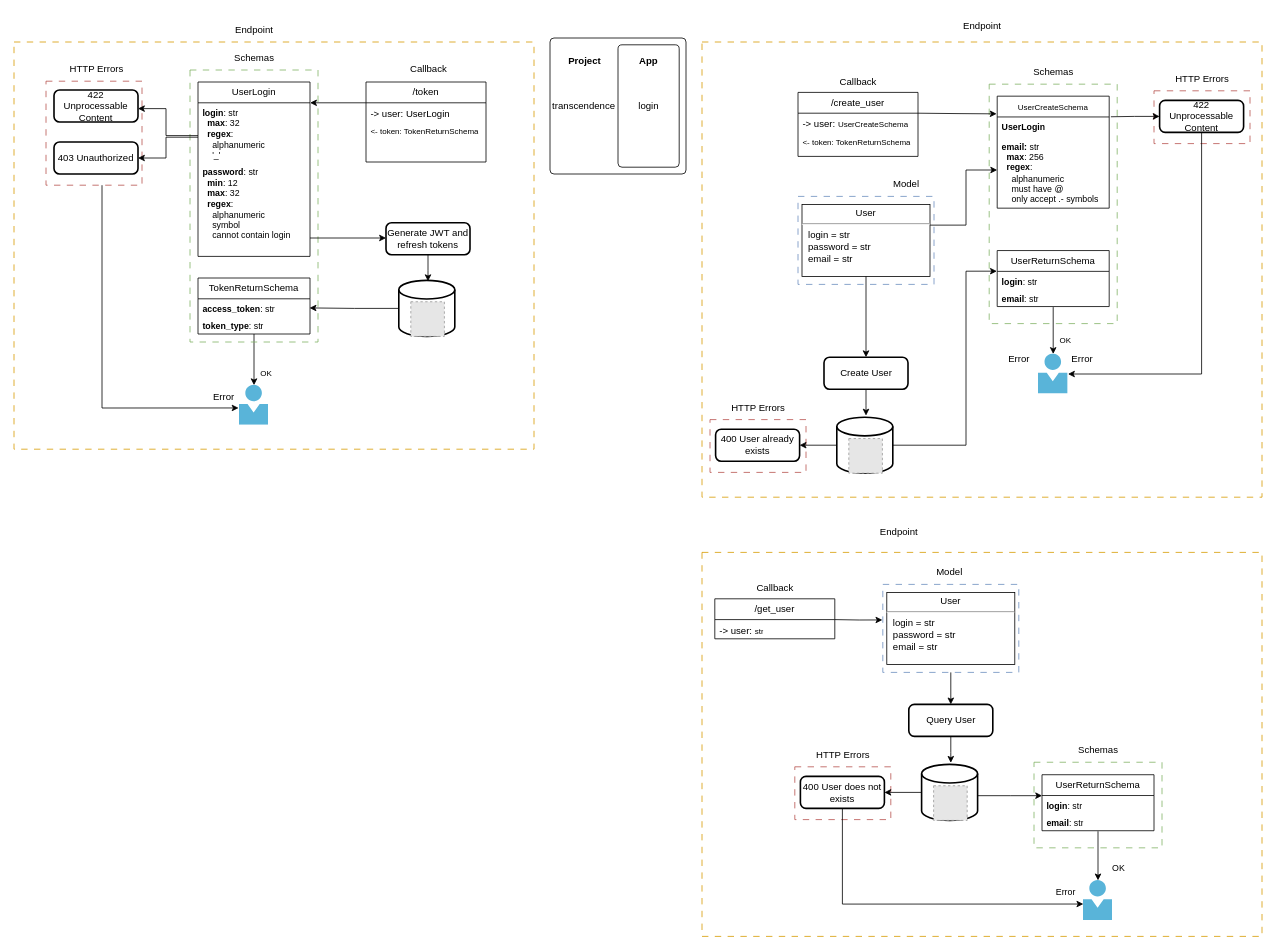
lugonzalg/Diagramas_42 keeps this draw.io diagram as page "Login" (3 of 3) of Transcendence.drawio. Above is the earlier version. Source tidied: cells renumbered, new cells numbered last; positions are measured from the earlier drawing's top-left corner, leaving out a move shared by most shapes. Both pictures are drawn from the tidied source at 80%, with x=0, y=0 at pixel (14, 14). Pictures stored in the file or linked from it are replaced by grey dashed boxes.
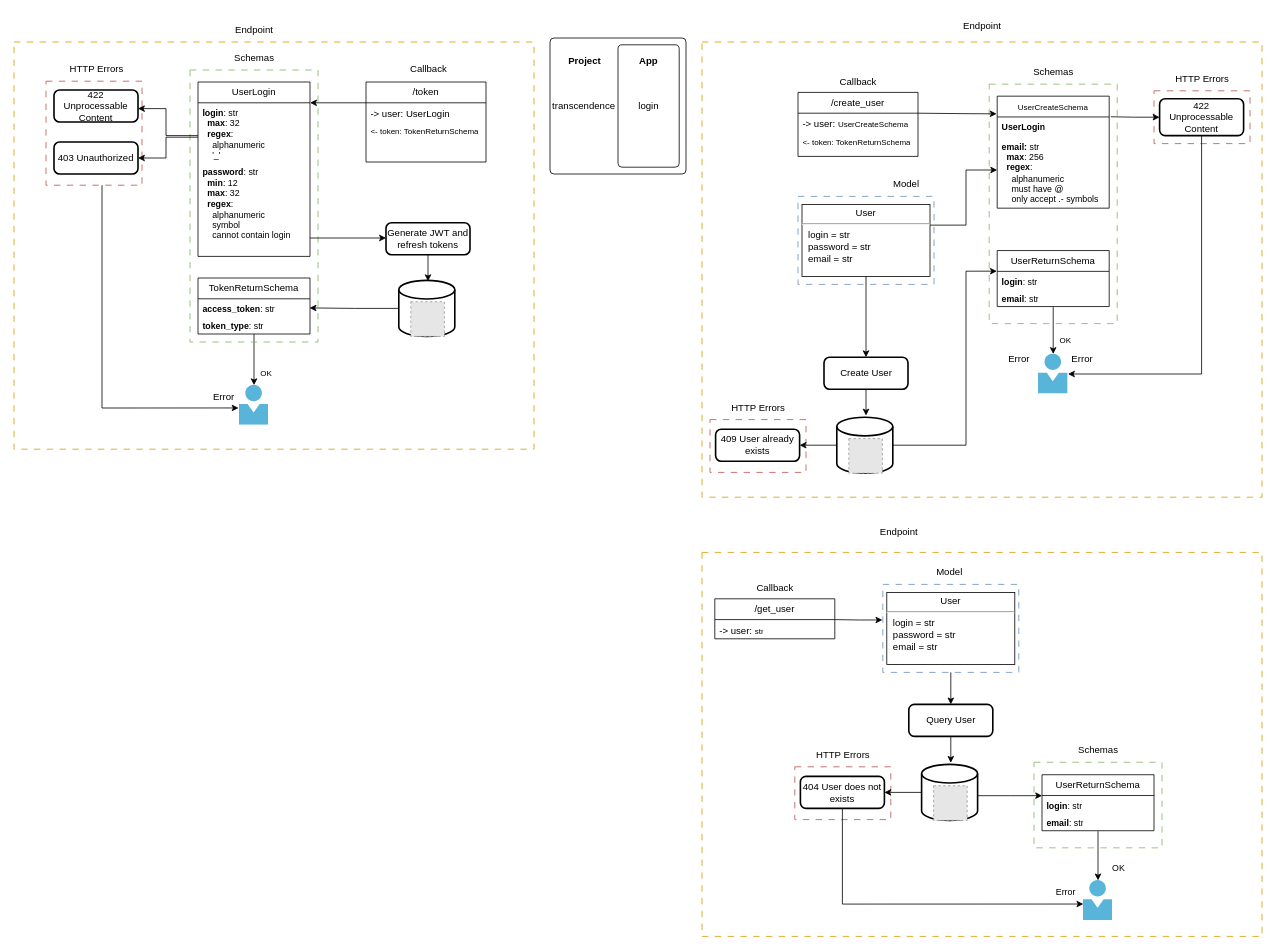
After the change.

Diff of the diagram source:
```diff
@@
     <mxCell id="66" value="422 Unprocessable Content" style="rounded=1;whiteSpace=wrap;html=1;absoluteArcSize=1;arcSize=14;strokeWidth=2;" parent="1" vertex="1">
-      <mxGeometry x="1432" y="108" width="105" height="40" as="geometry" />
+      <mxGeometry x="1432" y="106" width="105" height="46" as="geometry" />
     </mxCell>
@@
-    <mxCell id="72" value="400 User already exists" style="rounded=1;whiteSpace=wrap;html=1;absoluteArcSize=1;arcSize=14;strokeWidth=2;" parent="1" vertex="1">
+    <mxCell id="72" value="409 User already exists" style="rounded=1;whiteSpace=wrap;html=1;absoluteArcSize=1;arcSize=14;strokeWidth=2;" parent="1" vertex="1">
       <mxGeometry x="877" y="519" width="105" height="40" as="geometry" />
     </mxCell>
@@
-    <mxCell id="105" value="400 User does not exists" style="rounded=1;whiteSpace=wrap;html=1;absoluteArcSize=1;arcSize=14;strokeWidth=2;" parent="1" vertex="1">
+    <mxCell id="105" value="404 User does not exists" style="rounded=1;whiteSpace=wrap;html=1;absoluteArcSize=1;arcSize=14;strokeWidth=2;" parent="1" vertex="1">
       <mxGeometry x="983" y="953" width="105" height="40" as="geometry" />
     </mxCell>
```
